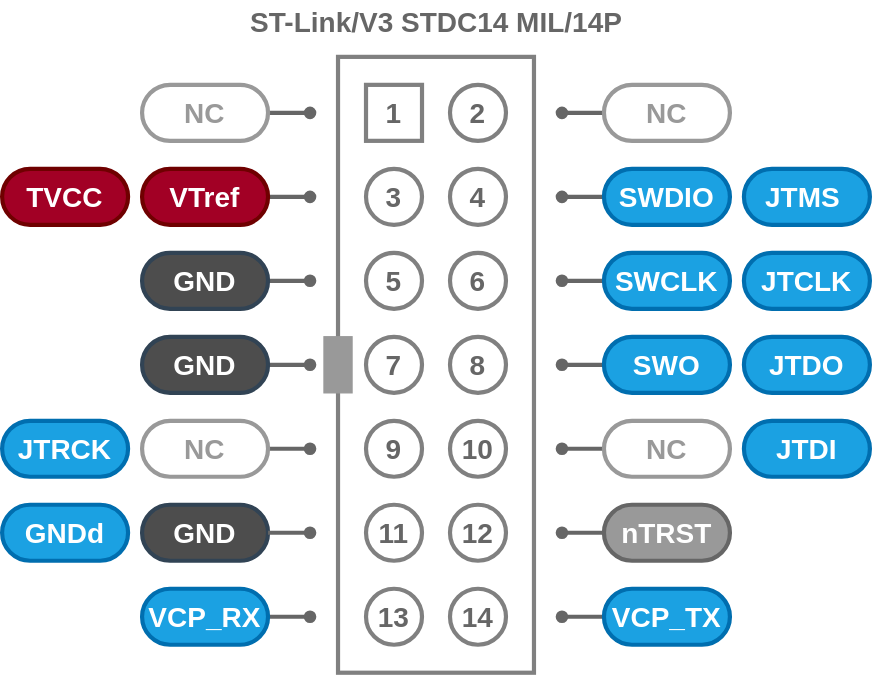
askn37/askn37.github.io keeps this draw.io diagram as svg/STLINKV3-M14P.drawio.svg. Above is the earlier version. Source tidied: cells renumbered, new cells last; positions are measured from the earlier drawing's top-left corner, leaving out a move shared by most shapes.
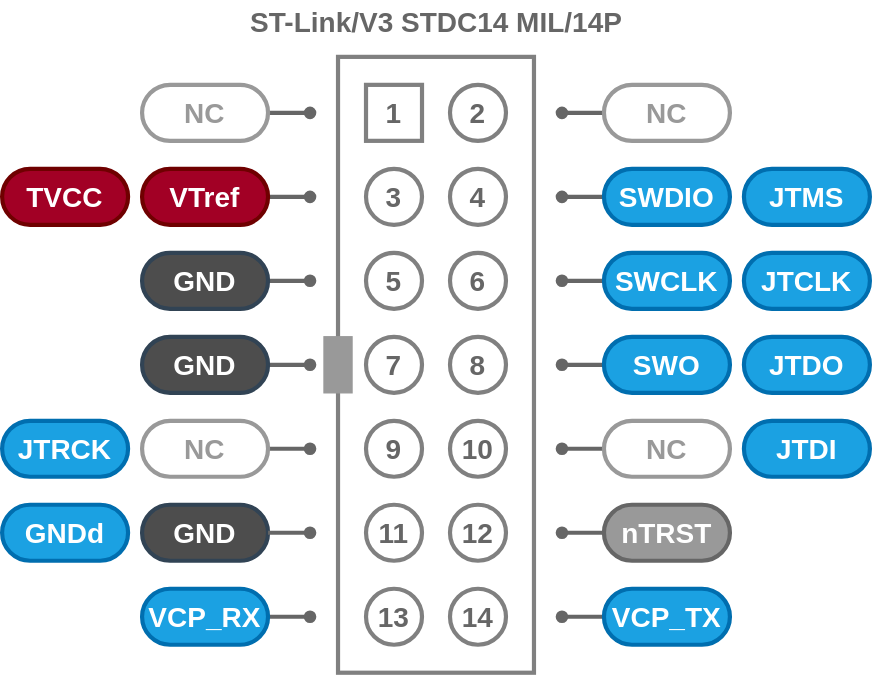
Later version of the same file.

What changed in the source:
```diff
@@ -185,9 +185,6 @@
     <mxCell id="48" value="NC" style="rounded=1;whiteSpace=wrap;html=1;fontSize=20;strokeWidth=3;fontStyle=1;fillColor=none;strokeColor=#999999;fontColor=#999999;arcSize=50;" parent="1" vertex="1">
       <mxGeometry x="430" y="300" width="90" height="40" as="geometry" />
     </mxCell>
-    <mxCell id="49" value="JTMS&lt;span style=&quot;color: rgba(0 , 0 , 0 , 0) ; font-family: monospace ; font-size: 0px ; font-weight: 400&quot;&gt;%3CmxGraphModel%3E%3Croot%3E%3CmxCell%20id%3D%220%22%2F%3E%3CmxCell%20id%3D%221%22%20parent%3D%220%22%2F%3E%3CmxCell%20id%3D%222%22%20value%3D%22JTDO%22%20style%3D%22rounded%3D1%3BwhiteSpace%3Dwrap%3Bhtml%3D1%3BfontSize%3D20%3BstrokeWidth%3D3%3BfontStyle%3D1%3BfillColor%3D%231ba1e2%3BstrokeColor%3D%23006EAF%3BfontColor%3D%23ffffff%3BarcSize%3D50%3B%22%20vertex%3D%221%22%20parent%3D%221%22%3E%3CmxGeometry%20x%3D%22450%22%20y%3D%22260%22%20width%3D%2290%22%20height%3D%2240%22%20as%3D%22geometry%22%2F%3E%3C%2FmxCell%3E%3C%2Froot%3E%3C%2FmxGraphModel%3E&lt;/span&gt;" style="rounded=1;whiteSpace=wrap;html=1;fontSize=20;strokeWidth=3;fontStyle=1;fillColor=#1ba1e2;strokeColor=#006EAF;fontColor=#ffffff;arcSize=50;verticalAlign=middle;" parent="1" vertex="1">
-      <mxGeometry x="530" y="120" width="90" height="40" as="geometry" />
-    </mxCell>
     <mxCell id="50" value="JTCLK" style="rounded=1;whiteSpace=wrap;html=1;fontSize=20;strokeWidth=3;fontStyle=1;fillColor=#1ba1e2;strokeColor=#006EAF;fontColor=#ffffff;arcSize=50;" parent="1" vertex="1">
       <mxGeometry x="530" y="180" width="90" height="40" as="geometry" />
     </mxCell>
@@ -200,5 +197,8 @@
     <mxCell id="53" value="TVCC" style="rounded=1;whiteSpace=wrap;html=1;fontSize=20;strokeWidth=3;fontStyle=1;fillColor=#a20025;strokeColor=#6F0000;fontColor=#ffffff;arcSize=50;" parent="1" vertex="1">
       <mxGeometry y="120" width="90" height="40" as="geometry" />
     </mxCell>
+    <mxCell id="54" value="JTMS" style="rounded=1;whiteSpace=wrap;html=1;fontSize=20;strokeWidth=3;fontStyle=1;fillColor=#1ba1e2;strokeColor=#006EAF;fontColor=#ffffff;arcSize=50;" parent="1" vertex="1">
+      <mxGeometry x="530" y="120" width="90" height="40" as="geometry" />
+    </mxCell>
   </root>
 </mxGraphModel>
```
